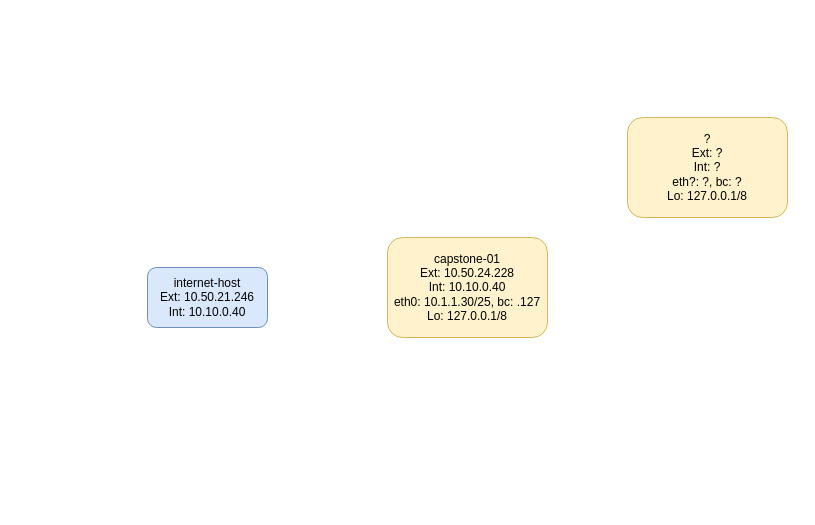
Earlier version of the draw.io diagram ctf/Capstone1.drawio (abfarr/cctc). Source tidied: cells renumbered, new cells numbered last; positions are measured from the earlier drawing's top-left corner, leaving out a move shared by most shapes. Both pictures are drawn from the tidied source at 100%, with x=0, y=0 at pixel (147, 117).
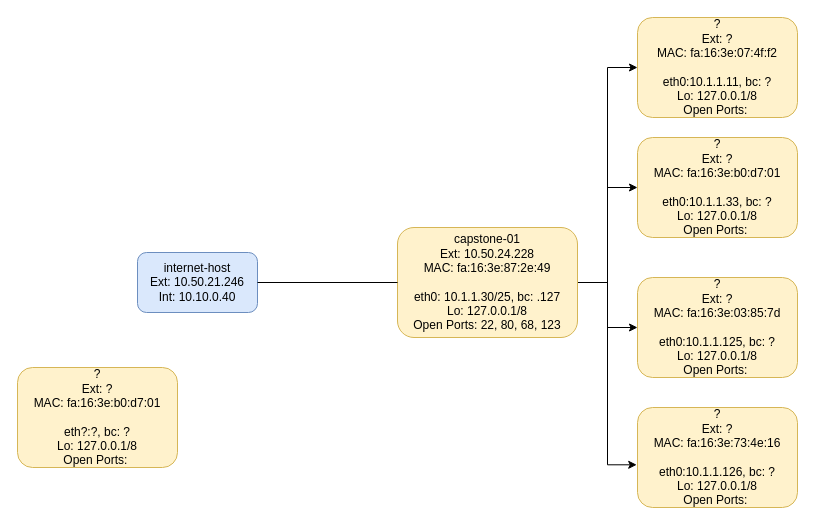
The same page after the edit.

The edit, as a diff of the source:
```diff
@@
 <mxGraphModel>
   <root>
     <mxCell id="0" />
     <mxCell id="1" parent="0" />
     <mxCell id="2" value="internet-host&lt;br&gt;Ext: 10.50.21.246&lt;br&gt;Int: 10.10.0.40" style="rounded=1;whiteSpace=wrap;html=1;fillColor=#dae8fc;strokeColor=#6c8ebf;" parent="1" vertex="1">
-      <mxGeometry y="150" width="120" height="60" as="geometry" />
+      <mxGeometry x="-10" y="135" width="120" height="60" as="geometry" />
     </mxCell>
+    <mxCell id="5" style="edgeStyle=orthogonalEdgeStyle;rounded=0;jettySize=auto;html=1;exitX=1;exitY=0.5;exitDx=0;exitDy=0;entryX=0;entryY=0.5;entryDx=0;entryDy=0;" parent="1" edge="1" source="3" target="4">
+      <mxGeometry relative="1" as="geometry" />
+    </mxCell>
+    <mxCell id="6" style="edgeStyle=orthogonalEdgeStyle;rounded=0;jettySize=auto;html=1;exitX=1;exitY=0.5;exitDx=0;exitDy=0;entryX=0;entryY=0.5;entryDx=0;entryDy=0;" parent="1" edge="1" source="3" target="11">
+      <mxGeometry relative="1" as="geometry" />
+    </mxCell>
+    <mxCell id="7" style="edgeStyle=orthogonalEdgeStyle;rounded=0;jettySize=auto;html=1;exitX=1;exitY=0.5;exitDx=0;exitDy=0;entryX=0;entryY=0.5;entryDx=0;entryDy=0;" parent="1" edge="1" source="3" target="12">
+      <mxGeometry relative="1" as="geometry" />
+    </mxCell>
+    <mxCell id="8" style="edgeStyle=orthogonalEdgeStyle;rounded=0;jettySize=auto;html=1;exitX=1;exitY=0.5;exitDx=0;exitDy=0;entryX=-0.005;entryY=0.573;entryDx=0;entryDy=0;entryPerimeter=0;" parent="1" edge="1" source="3" target="13">
+      <mxGeometry relative="1" as="geometry" />
+    </mxCell>
-    <mxCell id="3" value="capstone-01&lt;br&gt;Ext: 10.50.24.228&lt;br&gt;Int: 10.10.0.40&lt;br&gt;eth0: 10.1.1.30/25, bc: .127&lt;br&gt;Lo: 127.0.0.1/8" style="rounded=1;whiteSpace=wrap;html=1;fillColor=#fff2cc;strokeColor=#d6b656;" parent="1" vertex="1">
-      <mxGeometry x="240" y="120" width="160" height="100" as="geometry" />
+    <mxCell id="3" value="capstone-01&lt;br&gt;Ext: 10.50.24.228&lt;br&gt;MAC:&amp;nbsp;fa:16:3e:87:2e:49&lt;br&gt;&lt;br&gt;eth0: 10.1.1.30/25, bc: .127&lt;br&gt;Lo: 127.0.0.1/8&lt;br&gt;Open Ports: 22, 80, 68, 123" style="rounded=1;whiteSpace=wrap;html=1;fillColor=#fff2cc;strokeColor=#d6b656;" parent="1" vertex="1">
+      <mxGeometry x="250" y="110" width="180" height="110" as="geometry" />
     </mxCell>
-    <mxCell id="4" value="?&lt;br&gt;Ext: ?&lt;br&gt;Int: ?&lt;br&gt;eth?: ?, bc: ?&lt;br&gt;Lo: 127.0.0.1/8" style="rounded=1;whiteSpace=wrap;html=1;fillColor=#fff2cc;strokeColor=#d6b656;" parent="1" vertex="1">
-      <mxGeometry x="480" width="160" height="100" as="geometry" />
+    <mxCell id="4" value="?&lt;br&gt;Ext: ?&lt;br&gt;MAC:&amp;nbsp;fa:16:3e:b0:d7:01&lt;br&gt;&lt;br&gt;eth0:10.1.1.33, bc: ?&lt;br&gt;Lo: 127.0.0.1/8&lt;br&gt;Open Ports:&amp;nbsp;" style="rounded=1;whiteSpace=wrap;html=1;fillColor=#fff2cc;strokeColor=#d6b656;" parent="1" vertex="1">
+      <mxGeometry x="490" y="20" width="160" height="100" as="geometry" />
     </mxCell>
+    <mxCell id="9" style="edgeStyle=orthogonalEdgeStyle;rounded=0;jettySize=auto;html=1;exitX=1;exitY=0.5;exitDx=0;exitDy=0;endArrow=none;" parent="1" edge="1" source="2" target="3">
+      <mxGeometry relative="1" as="geometry" />
+    </mxCell>
+    <mxCell id="10" value="?&lt;br&gt;Ext: ?&lt;br&gt;MAC:&amp;nbsp;fa:16:3e:b0:d7:01&lt;br&gt;&lt;br&gt;eth?:?, bc: ?&lt;br&gt;Lo: 127.0.0.1/8&lt;br&gt;Open Ports:&amp;nbsp;" style="rounded=1;whiteSpace=wrap;html=1;fillColor=#fff2cc;strokeColor=#d6b656;" parent="1" vertex="1">
+      <mxGeometry x="-130" y="250" width="160" height="100" as="geometry" />
+    </mxCell>
+    <mxCell id="11" value="?&lt;br&gt;Ext: ?&lt;br&gt;MAC: fa:16:3e:07:4f:f2&lt;br&gt;&lt;br&gt;eth0:10.1.1.11, bc: ?&lt;br&gt;Lo: 127.0.0.1/8&lt;br&gt;Open Ports:&amp;nbsp;" style="rounded=1;whiteSpace=wrap;html=1;fillColor=#fff2cc;strokeColor=#d6b656;" parent="1" vertex="1">
+      <mxGeometry x="490" y="-100" width="160" height="100" as="geometry" />
+    </mxCell>
+    <mxCell id="12" value="?&lt;br&gt;Ext: ?&lt;br&gt;MAC: fa:16:3e:03:85:7d&lt;br&gt;&lt;br&gt;eth0:10.1.1.125, bc: ?&lt;br&gt;Lo: 127.0.0.1/8&lt;br&gt;Open Ports:&amp;nbsp;" style="rounded=1;whiteSpace=wrap;html=1;fillColor=#fff2cc;strokeColor=#d6b656;" parent="1" vertex="1">
+      <mxGeometry x="490" y="160" width="160" height="100" as="geometry" />
+    </mxCell>
+    <mxCell id="13" value="?&lt;br&gt;Ext: ?&lt;br&gt;MAC:&amp;nbsp;fa:16:3e:73:4e:16&lt;br&gt;&lt;br&gt;eth0:10.1.1.126, bc: ?&lt;br&gt;Lo: 127.0.0.1/8&lt;br&gt;Open Ports:&amp;nbsp;" style="rounded=1;whiteSpace=wrap;html=1;fillColor=#fff2cc;strokeColor=#d6b656;" parent="1" vertex="1">
+      <mxGeometry x="490" y="290" width="160" height="100" as="geometry" />
+    </mxCell>
   </root>
 </mxGraphModel>
```
